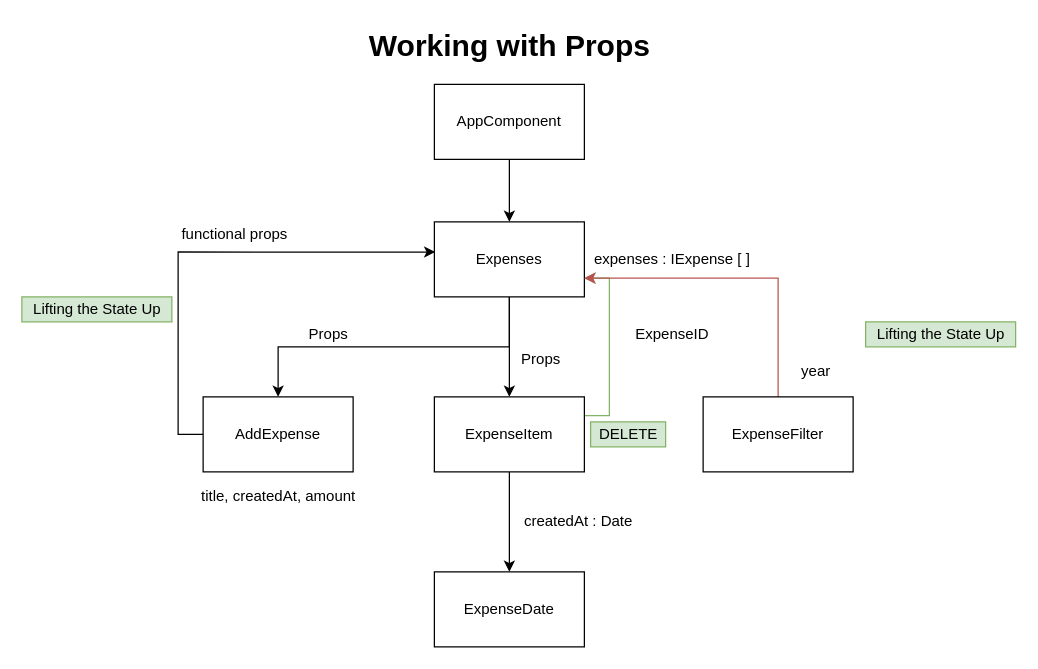
Earlier version of the draw.io diagram page "Page-5" (5 of 5) of diagrams.drawio (synergy2411/brillio-react-apr22). Source tidied: cells renumbered, new cells numbered last; positions are measured from the earlier drawing's top-left corner, leaving out a move shared by most shapes. Both pictures are drawn from the tidied source at 125%, with x=0, y=0 at pixel (21, 21).
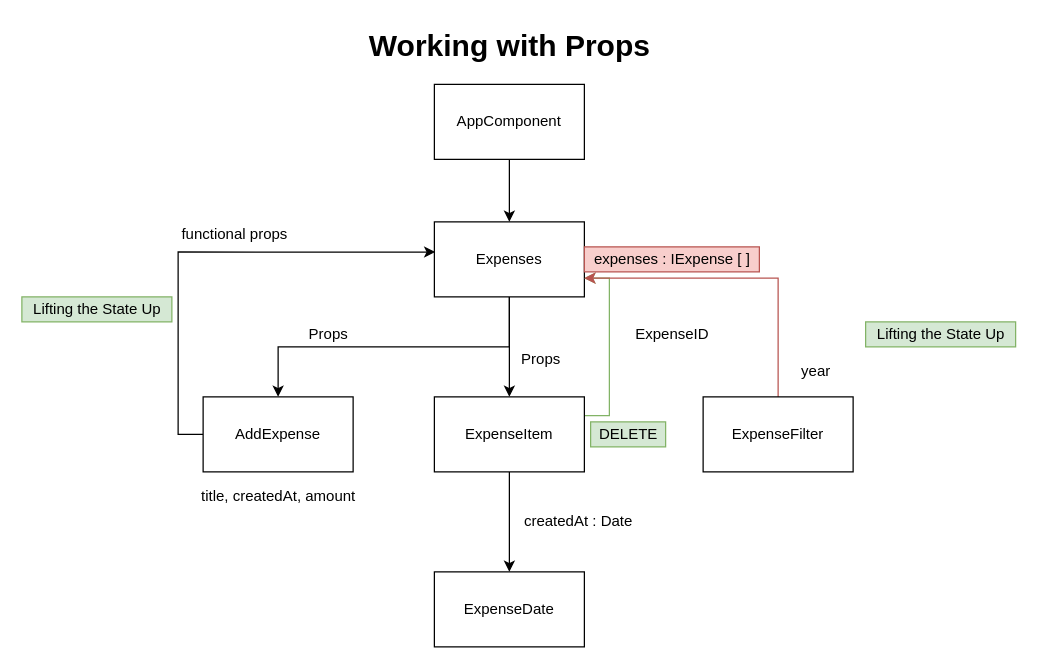
The same diagram, later.

What changed in the source:
```diff
@@
-    <mxCell id="12" value="expenses : IExpense [ ]" style="text;html=1;align=center;verticalAlign=middle;strokeColor=none;fillColor=none;" parent="1" vertex="1">
+    <mxCell id="12" value="expenses : IExpense [ ]" style="text;html=1;align=center;verticalAlign=middle;strokeColor=#b85450;fillColor=#f8cecc;" parent="1" vertex="1">
       <mxGeometry x="450" y="180" width="140" height="20" as="geometry" />
     </mxCell>
```
